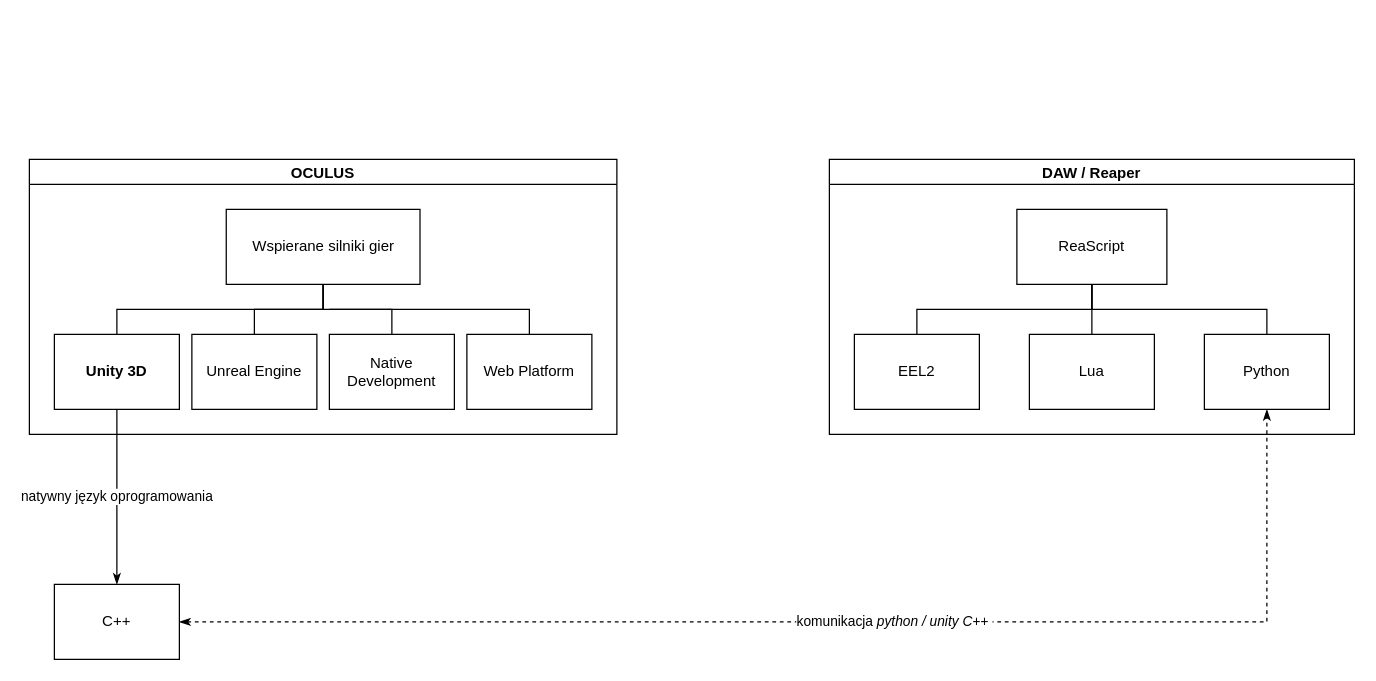
Before: Graphs/GeneralWorkflow.drawio in odwrocsie/magisterka, a draw.io diagram. Source tidied: cells renumbered, new cells numbered last; positions are measured from the earlier drawing's top-left corner, leaving out a move shared by most shapes. Both pictures are drawn from the tidied source at 125%, with x=0, y=0 at pixel (29, 159). Pictures stored in the file or linked from it are replaced by grey dashed boxes.
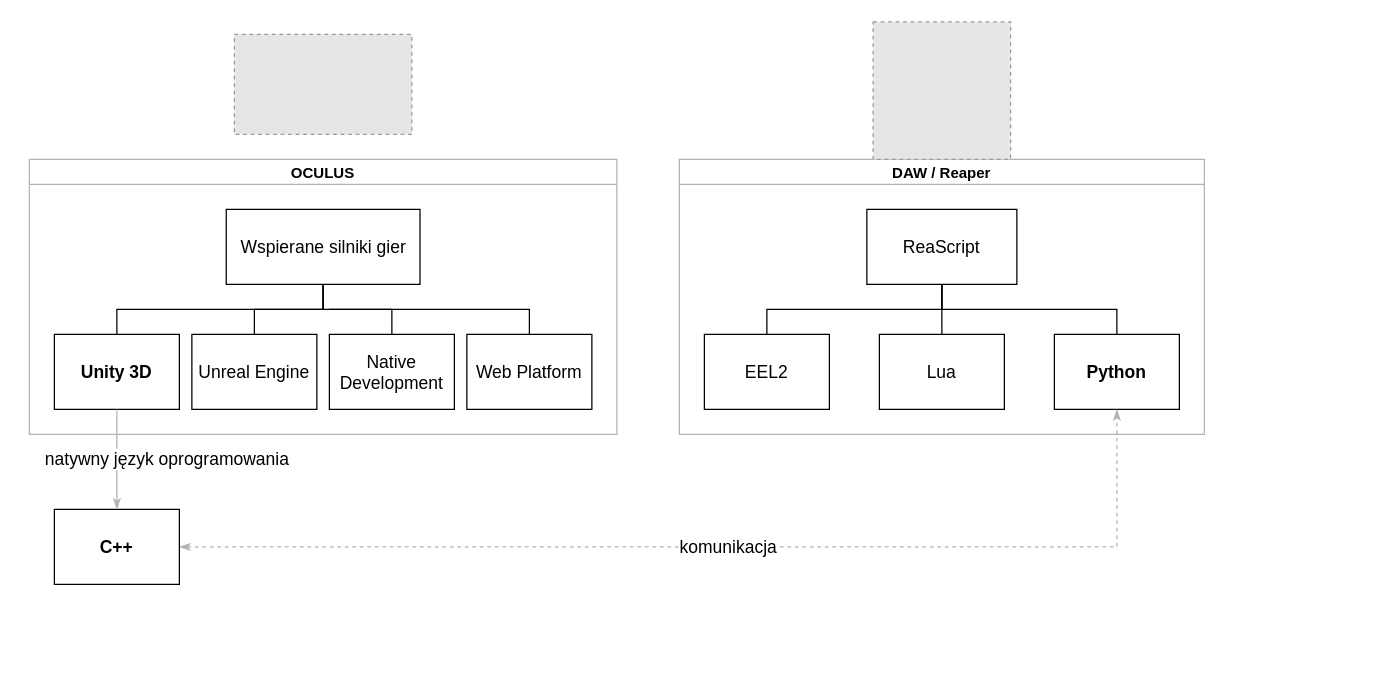
The same page after the edit.

The edit, as a diff of the source:
```diff
@@
-    <mxCell id="2" value="OCULUS" style="swimlane;startSize=20;horizontal=1;containerType=tree;newEdgeStyle={&quot;edgeStyle&quot;:&quot;elbowEdgeStyle&quot;,&quot;startArrow&quot;:&quot;none&quot;,&quot;endArrow&quot;:&quot;none&quot;};fontStyle=1;" parent="1" vertex="1">
+    <mxCell id="2" value="OCULUS" style="swimlane;startSize=20;horizontal=1;containerType=tree;newEdgeStyle={&quot;edgeStyle&quot;:&quot;elbowEdgeStyle&quot;,&quot;startArrow&quot;:&quot;none&quot;,&quot;endArrow&quot;:&quot;none&quot;};fontStyle=1;strokeColor=#B3B3B3;" parent="1" vertex="1">
       <mxGeometry width="470" height="220" as="geometry" />
     </mxCell>
@@
-    <mxCell id="5" value="Wspierane silniki gier" style="whiteSpace=wrap;html=1;align=center;newEdgeStyle={&quot;edgeStyle&quot;:&quot;elbowEdgeStyle&quot;,&quot;startArrow&quot;:&quot;none&quot;,&quot;endArrow&quot;:&quot;none&quot;};" parent="2" vertex="1">
+    <mxCell id="5" value="&lt;font style=&quot;font-size: 14px;&quot;&gt;Wspierane silniki gier&lt;/font&gt;" style="whiteSpace=wrap;html=1;align=center;newEdgeStyle={&quot;edgeStyle&quot;:&quot;elbowEdgeStyle&quot;,&quot;startArrow&quot;:&quot;none&quot;,&quot;endArrow&quot;:&quot;none&quot;};" parent="2" vertex="1">
       <mxGeometry x="157.5" y="40" width="155" height="60" as="geometry" />
     </mxCell>
-    <mxCell id="6" value="&lt;b&gt;Unity 3D&lt;/b&gt;" style="whiteSpace=wrap;html=1;align=center;verticalAlign=middle;newEdgeStyle={&quot;edgeStyle&quot;:&quot;elbowEdgeStyle&quot;,&quot;startArrow&quot;:&quot;none&quot;,&quot;endArrow&quot;:&quot;none&quot;};strokeColor=#000000;" parent="2" vertex="1">
+    <mxCell id="6" value="&lt;b&gt;&lt;font style=&quot;font-size: 14px;&quot;&gt;Unity 3D&lt;/font&gt;&lt;/b&gt;" style="whiteSpace=wrap;html=1;align=center;verticalAlign=middle;newEdgeStyle={&quot;edgeStyle&quot;:&quot;elbowEdgeStyle&quot;,&quot;startArrow&quot;:&quot;none&quot;,&quot;endArrow&quot;:&quot;none&quot;};strokeColor=#000000;" parent="2" vertex="1">
       <mxGeometry x="20" y="140" width="100" height="60" as="geometry" />
     </mxCell>
-    <mxCell id="7" value="Unreal Engine" style="whiteSpace=wrap;html=1;align=center;verticalAlign=middle;newEdgeStyle={&quot;edgeStyle&quot;:&quot;elbowEdgeStyle&quot;,&quot;startArrow&quot;:&quot;none&quot;,&quot;endArrow&quot;:&quot;none&quot;};" parent="2" vertex="1">
+    <mxCell id="7" value="&lt;font style=&quot;font-size: 14px;&quot;&gt;Unreal Engine&lt;/font&gt;" style="whiteSpace=wrap;html=1;align=center;verticalAlign=middle;newEdgeStyle={&quot;edgeStyle&quot;:&quot;elbowEdgeStyle&quot;,&quot;startArrow&quot;:&quot;none&quot;,&quot;endArrow&quot;:&quot;none&quot;};" parent="2" vertex="1">
       <mxGeometry x="130" y="140" width="100" height="60" as="geometry" />
     </mxCell>
@@
-    <mxCell id="9" value="Native Development" style="whiteSpace=wrap;html=1;align=center;verticalAlign=middle;newEdgeStyle={&quot;edgeStyle&quot;:&quot;elbowEdgeStyle&quot;,&quot;startArrow&quot;:&quot;none&quot;,&quot;endArrow&quot;:&quot;none&quot;};" parent="2" vertex="1">
+    <mxCell id="9" value="&lt;font style=&quot;font-size: 14px;&quot;&gt;Native Development&lt;/font&gt;" style="whiteSpace=wrap;html=1;align=center;verticalAlign=middle;newEdgeStyle={&quot;edgeStyle&quot;:&quot;elbowEdgeStyle&quot;,&quot;startArrow&quot;:&quot;none&quot;,&quot;endArrow&quot;:&quot;none&quot;};" parent="2" vertex="1">
       <mxGeometry x="240" y="140" width="100" height="60" as="geometry" />
     </mxCell>
@@
-    <mxCell id="11" value="Web Platform" style="whiteSpace=wrap;html=1;align=center;verticalAlign=middle;newEdgeStyle={&quot;edgeStyle&quot;:&quot;elbowEdgeStyle&quot;,&quot;startArrow&quot;:&quot;none&quot;,&quot;endArrow&quot;:&quot;none&quot;};" parent="2" vertex="1">
+    <mxCell id="11" value="&lt;font style=&quot;font-size: 14px;&quot;&gt;Web Platform&lt;/font&gt;" style="whiteSpace=wrap;html=1;align=center;verticalAlign=middle;newEdgeStyle={&quot;edgeStyle&quot;:&quot;elbowEdgeStyle&quot;,&quot;startArrow&quot;:&quot;none&quot;,&quot;endArrow&quot;:&quot;none&quot;};" parent="2" vertex="1">
       <mxGeometry x="350" y="140" width="100" height="60" as="geometry" />
     </mxCell>
-    <mxCell id="12" value="DAW / Reaper" style="swimlane;startSize=20;horizontal=1;containerType=tree;newEdgeStyle={&quot;edgeStyle&quot;:&quot;elbowEdgeStyle&quot;,&quot;startArrow&quot;:&quot;none&quot;,&quot;endArrow&quot;:&quot;none&quot;};strokeColor=#000000;" parent="1" vertex="1">
-      <mxGeometry x="640" width="420" height="220" as="geometry" />
+    <mxCell id="12" value="DAW / Reaper" style="swimlane;startSize=20;horizontal=1;containerType=tree;newEdgeStyle={&quot;edgeStyle&quot;:&quot;elbowEdgeStyle&quot;,&quot;startArrow&quot;:&quot;none&quot;,&quot;endArrow&quot;:&quot;none&quot;};strokeColor=#B3B3B3;" parent="1" vertex="1">
+      <mxGeometry x="520" width="420" height="220" as="geometry" />
     </mxCell>
@@
-    <mxCell id="15" value="ReaScript" style="whiteSpace=wrap;html=1;align=center;newEdgeStyle={&quot;edgeStyle&quot;:&quot;elbowEdgeStyle&quot;,&quot;startArrow&quot;:&quot;none&quot;,&quot;endArrow&quot;:&quot;none&quot;};strokeColor=#000000;" parent="12" vertex="1">
+    <mxCell id="15" value="&lt;font style=&quot;font-size: 14px;&quot;&gt;ReaScript&lt;/font&gt;" style="whiteSpace=wrap;html=1;align=center;newEdgeStyle={&quot;edgeStyle&quot;:&quot;elbowEdgeStyle&quot;,&quot;startArrow&quot;:&quot;none&quot;,&quot;endArrow&quot;:&quot;none&quot;};strokeColor=#000000;" parent="12" vertex="1">
       <mxGeometry x="150" y="40" width="120" height="60" as="geometry" />
     </mxCell>
-    <mxCell id="16" value="EEL2" style="whiteSpace=wrap;html=1;align=center;verticalAlign=middle;newEdgeStyle={&quot;edgeStyle&quot;:&quot;elbowEdgeStyle&quot;,&quot;startArrow&quot;:&quot;none&quot;,&quot;endArrow&quot;:&quot;none&quot;};strokeColor=#000000;" parent="12" vertex="1">
+    <mxCell id="16" value="&lt;font style=&quot;font-size: 14px;&quot;&gt;EEL2&lt;/font&gt;" style="whiteSpace=wrap;html=1;align=center;verticalAlign=middle;newEdgeStyle={&quot;edgeStyle&quot;:&quot;elbowEdgeStyle&quot;,&quot;startArrow&quot;:&quot;none&quot;,&quot;endArrow&quot;:&quot;none&quot;};strokeColor=#000000;" parent="12" vertex="1">
       <mxGeometry x="20" y="140" width="100" height="60" as="geometry" />
     </mxCell>
-    <mxCell id="17" value="Lua" style="whiteSpace=wrap;html=1;align=center;verticalAlign=middle;newEdgeStyle={&quot;edgeStyle&quot;:&quot;elbowEdgeStyle&quot;,&quot;startArrow&quot;:&quot;none&quot;,&quot;endArrow&quot;:&quot;none&quot;};strokeColor=#000000;" parent="12" vertex="1">
+    <mxCell id="17" value="&lt;font style=&quot;font-size: 14px;&quot;&gt;Lua&lt;/font&gt;" style="whiteSpace=wrap;html=1;align=center;verticalAlign=middle;newEdgeStyle={&quot;edgeStyle&quot;:&quot;elbowEdgeStyle&quot;,&quot;startArrow&quot;:&quot;none&quot;,&quot;endArrow&quot;:&quot;none&quot;};strokeColor=#000000;" parent="12" vertex="1">
       <mxGeometry x="160" y="140" width="100" height="60" as="geometry" />
     </mxCell>
@@
-    <mxCell id="19" value="Python" style="whiteSpace=wrap;html=1;align=center;verticalAlign=middle;newEdgeStyle={&quot;edgeStyle&quot;:&quot;elbowEdgeStyle&quot;,&quot;startArrow&quot;:&quot;none&quot;,&quot;endArrow&quot;:&quot;none&quot;};strokeColor=#000000;" parent="12" vertex="1">
+    <mxCell id="19" value="&lt;font style=&quot;font-size: 14px;&quot;&gt;&lt;b&gt;Python&lt;/b&gt;&lt;/font&gt;" style="whiteSpace=wrap;html=1;align=center;verticalAlign=middle;newEdgeStyle={&quot;edgeStyle&quot;:&quot;elbowEdgeStyle&quot;,&quot;startArrow&quot;:&quot;none&quot;,&quot;endArrow&quot;:&quot;none&quot;};strokeColor=#000000;" parent="12" vertex="1">
       <mxGeometry x="300" y="140" width="100" height="60" as="geometry" />
     </mxCell>
-    <mxCell id="20" value="komunikacja &lt;i&gt;python / unity C++&lt;/i&gt;&amp;nbsp;" style="edgeStyle=none;rounded=0;jettySize=auto;html=1;exitX=1;exitY=0.5;exitDx=0;exitDy=0;entryX=0.5;entryY=1;entryDx=0;entryDy=0;endArrow=classicThin;endFill=1;dashed=1;startArrow=classicThin;startFill=1;" parent="1" edge="1" source="21" target="19">
-      <mxGeometry x="0.1" relative="1" as="geometry">
+    <mxCell id="20" value="&lt;font style=&quot;font-size: 14px;&quot;&gt;komunikacja&lt;/font&gt;" style="edgeStyle=none;rounded=0;jettySize=auto;html=1;exitX=1;exitY=0.5;exitDx=0;exitDy=0;entryX=0.5;entryY=1;entryDx=0;entryDy=0;endArrow=classicThin;endFill=1;dashed=1;startArrow=classicThin;startFill=1;strokeColor=#B3B3B3;" parent="1" edge="1" source="21" target="19">
+      <mxGeometry x="0.02" relative="1" as="geometry">
         <Array as="points">
-          <mxPoint x="990" y="370" />
+          <mxPoint x="870" y="310" />
         </Array>
       </mxGeometry>
     </mxCell>
-    <mxCell id="21" value="C++" style="whiteSpace=wrap;html=1;align=center;verticalAlign=middle;newEdgeStyle={&quot;edgeStyle&quot;:&quot;elbowEdgeStyle&quot;,&quot;startArrow&quot;:&quot;none&quot;,&quot;endArrow&quot;:&quot;none&quot;};" parent="1" vertex="1">
-      <mxGeometry x="20" y="340" width="100" height="60" as="geometry" />
+    <mxCell id="21" value="&lt;font style=&quot;font-size: 14px;&quot;&gt;&lt;b&gt;C++&lt;/b&gt;&lt;/font&gt;" style="whiteSpace=wrap;html=1;align=center;verticalAlign=middle;newEdgeStyle={&quot;edgeStyle&quot;:&quot;elbowEdgeStyle&quot;,&quot;startArrow&quot;:&quot;none&quot;,&quot;endArrow&quot;:&quot;none&quot;};" parent="1" vertex="1">
+      <mxGeometry x="20" y="280" width="100" height="60" as="geometry" />
     </mxCell>
-    <mxCell id="22" value="natywny język oprogramowania" style="edgeStyle=none;rounded=0;jettySize=auto;html=1;exitX=0.5;exitY=1;exitDx=0;exitDy=0;entryX=0.5;entryY=0;entryDx=0;entryDy=0;endArrow=classicThin;endFill=1;" parent="1" edge="1" source="6" target="21">
-      <mxGeometry relative="1" as="geometry" />
+    <mxCell id="22" value="&lt;font style=&quot;font-size: 14px;&quot;&gt;natywny język oprogramowania&lt;/font&gt;" style="edgeStyle=none;rounded=0;jettySize=auto;html=1;exitX=0.5;exitY=1;exitDx=0;exitDy=0;entryX=0.5;entryY=0;entryDx=0;entryDy=0;endArrow=classicThin;endFill=1;strokeColor=#B3B3B3;" parent="1" edge="1" source="6" target="21">
+      <mxGeometry y="40" relative="1" as="geometry" />
     </mxCell>
+    <mxCell id="23" style="fillColor=#E6E6E6;strokeColor=#999999;dashed=1;verticalLabelPosition=bottom;labelBackgroundColor=default;verticalAlign=top;" parent="1" vertex="1">
+      <mxGeometry x="164" y="-100" width="142" height="80" as="geometry" />
+    </mxCell>
+    <mxCell id="24" style="fillColor=#E6E6E6;strokeColor=#999999;dashed=1;verticalLabelPosition=bottom;labelBackgroundColor=default;verticalAlign=top;" parent="1" vertex="1">
+      <mxGeometry x="675" y="-110" width="110" height="110" as="geometry" />
+    </mxCell>
```
